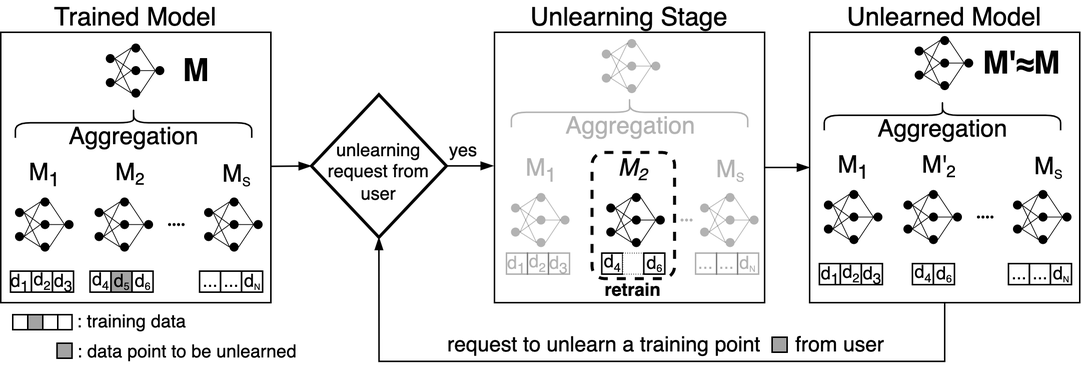
This is figs/partition.png from tamlhp/awesome-machine-unlearning, a draw.io export, as it was before one commit. Source tidied: cells renumbered, new cells last; positions are measured from the earlier drawing's top-left corner, leaving out a move shared by most shapes.
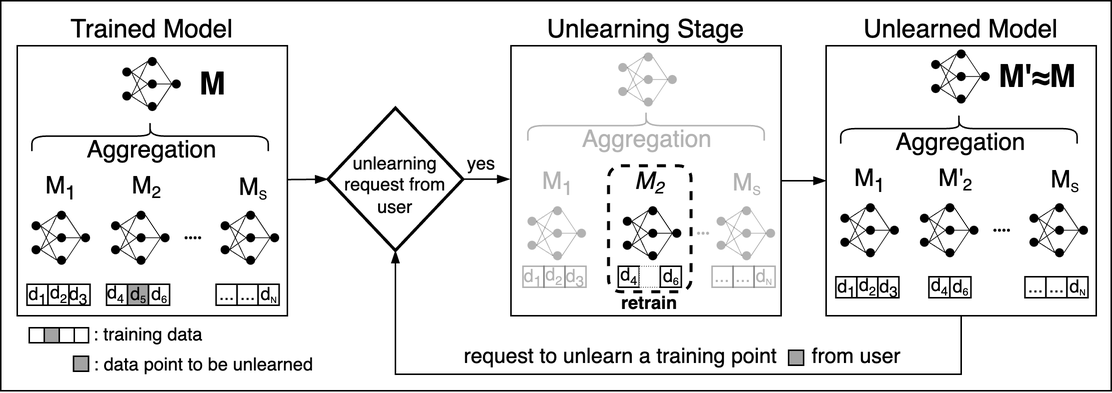
The same diagram one commit later.

Commit message:
Change Data Partition Image

Diff of the diagram source:
```diff
@@ -2,6 +2,9 @@
   <root>
     <mxCell id="0" />
     <mxCell id="1" parent="0" />
+    <mxCell id="260" style="rounded=0;whiteSpace=wrap;html=1;" parent="1" vertex="1">
+      <mxGeometry x="-11" y="-4" width="740" height="260" as="geometry" />
+    </mxCell>
     <mxCell id="2" style="edgeStyle=none;rounded=0;jettySize=auto;html=1;entryX=0;entryY=0.5;entryDx=0;entryDy=0;fontFamily=Helvetica;fontSize=12;fontColor=none;endArrow=blockThin;endFill=1;strokeWidth=1;" parent="1" edge="1" source="3" target="170">
       <mxGeometry relative="1" as="geometry" />
     </mxCell>
```
